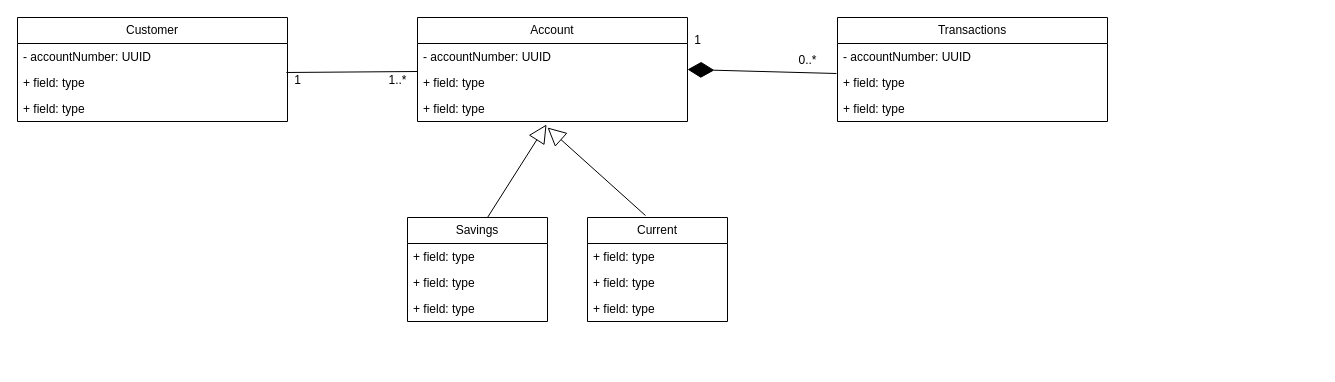
prakashbtech87/aaaaaaaaaaaPrakashDrawIORepo keeps this draw.io diagram as page "FinanceBank" (8 of 8) of UML Diagram/Practice.drawio. Above is the earlier version. Source tidied: cells renumbered, new cells numbered last; positions are measured from the earlier drawing's top-left corner, leaving out a move shared by most shapes. Both pictures are drawn from the tidied source at 100%, with x=0, y=0 at pixel (17, 17).
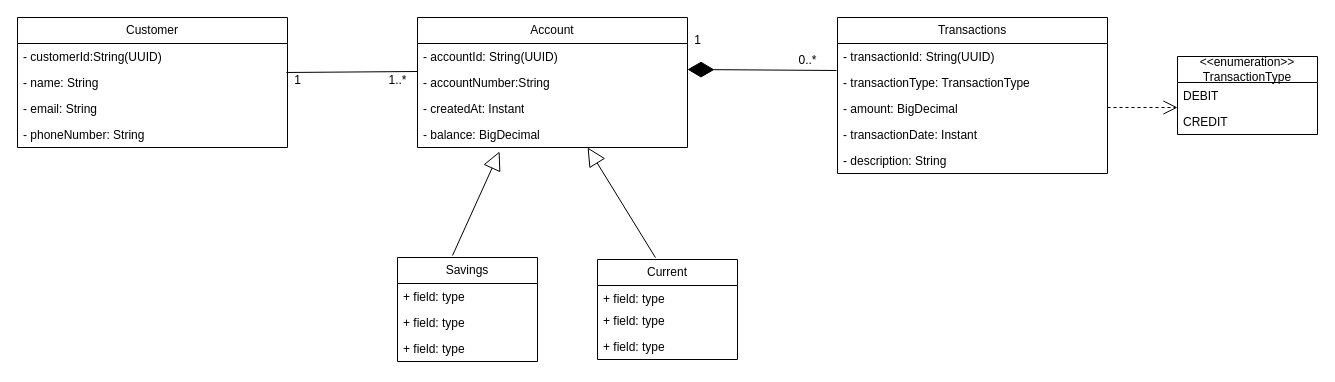
The same diagram, later.

What changed in the source:
```diff
@@
     <mxCell id="2" value="Account" style="swimlane;fontStyle=0;horizontal=1;startSize=26;fillColor=none;whiteSpace=wrap;html=1;" parent="1" vertex="1">
-      <mxGeometry x="400" width="270" height="104" as="geometry" />
+      <mxGeometry x="400" width="270" height="130" as="geometry" />
     </mxCell>
-    <mxCell id="3" value="- accountNumber: UUID&lt;div&gt;&lt;br&gt;&lt;/div&gt;" style="text;strokeColor=none;fillColor=none;align=left;verticalAlign=top;spacingLeft=4;spacingRight=4;overflow=hidden;points=[[0,0.5],[1,0.5]];portConstraint=eastwest;whiteSpace=wrap;html=1;" parent="2" vertex="1">
+    <mxCell id="3" value="&lt;div&gt;- accountId: String(UUID)&lt;/div&gt;" style="text;strokeColor=none;fillColor=none;align=left;verticalAlign=top;spacingLeft=4;spacingRight=4;overflow=hidden;points=[[0,0.5],[1,0.5]];portConstraint=eastwest;whiteSpace=wrap;html=1;" parent="2" vertex="1">
       <mxGeometry y="26" width="270" height="26" as="geometry" />
     </mxCell>
-    <mxCell id="4" value="+ field: type" style="text;strokeColor=none;fillColor=none;align=left;verticalAlign=top;spacingLeft=4;spacingRight=4;overflow=hidden;whiteSpace=wrap;html=1;" parent="2" vertex="1">
+    <mxCell id="4" value="- accountNumber:String" style="text;strokeColor=none;fillColor=none;align=left;verticalAlign=top;spacingLeft=4;spacingRight=4;overflow=hidden;whiteSpace=wrap;html=1;" parent="2" vertex="1">
       <mxGeometry y="52" width="270" height="26" as="geometry" />
     </mxCell>
+    <mxCell id="30" value="- createdAt: Instant" style="text;strokeColor=none;fillColor=none;align=left;verticalAlign=top;spacingLeft=4;spacingRight=4;overflow=hidden;whiteSpace=wrap;html=1;" parent="2" vertex="1">
+      <mxGeometry y="78" width="270" height="26" as="geometry" />
+    </mxCell>
-    <mxCell id="5" value="+ field: type" style="text;strokeColor=none;fillColor=none;align=left;verticalAlign=top;spacingLeft=4;spacingRight=4;overflow=hidden;points=[[0,0.5],[1,0.5]];portConstraint=eastwest;whiteSpace=wrap;html=1;" parent="2" vertex="1">
-      <mxGeometry y="78" width="270" height="26" as="geometry" />
+    <mxCell id="5" value="- balance: BigDecimal" style="text;strokeColor=none;fillColor=none;align=left;verticalAlign=top;spacingLeft=4;spacingRight=4;overflow=hidden;points=[[0,0.5],[1,0.5]];portConstraint=eastwest;whiteSpace=wrap;html=1;" parent="2" vertex="1">
+      <mxGeometry y="104" width="270" height="26" as="geometry" />
     </mxCell>
     <mxCell id="6" value="Customer" style="swimlane;fontStyle=0;horizontal=1;startSize=26;fillColor=none;whiteSpace=wrap;html=1;" parent="1" vertex="1">
-      <mxGeometry width="270" height="104" as="geometry" />
+      <mxGeometry width="270" height="130" as="geometry" />
     </mxCell>
-    <mxCell id="7" value="- accountNumber: UUID&lt;div&gt;&lt;br&gt;&lt;/div&gt;" style="text;strokeColor=none;fillColor=none;align=left;verticalAlign=top;spacingLeft=4;spacingRight=4;overflow=hidden;whiteSpace=wrap;html=1;" parent="6" vertex="1">
+    <mxCell id="7" value="&lt;div&gt;- customerId:String(UUID)&lt;/div&gt;" style="text;strokeColor=none;fillColor=none;align=left;verticalAlign=top;spacingLeft=4;spacingRight=4;overflow=hidden;whiteSpace=wrap;html=1;" parent="6" vertex="1">
       <mxGeometry y="26" width="270" height="26" as="geometry" />
     </mxCell>
-    <mxCell id="8" value="+ field: type" style="text;strokeColor=none;fillColor=none;align=left;verticalAlign=top;spacingLeft=4;spacingRight=4;overflow=hidden;points=[[0,0.5],[1,0.5]];portConstraint=eastwest;whiteSpace=wrap;html=1;" parent="6" vertex="1">
+    <mxCell id="8" value="- name: String" style="text;strokeColor=none;fillColor=none;align=left;verticalAlign=top;spacingLeft=4;spacingRight=4;overflow=hidden;points=[[0,0.5],[1,0.5]];portConstraint=eastwest;whiteSpace=wrap;html=1;" parent="6" vertex="1">
       <mxGeometry y="52" width="270" height="26" as="geometry" />
     </mxCell>
-    <mxCell id="9" value="+ field: type" style="text;strokeColor=none;fillColor=none;align=left;verticalAlign=top;spacingLeft=4;spacingRight=4;overflow=hidden;whiteSpace=wrap;html=1;" parent="6" vertex="1">
+    <mxCell id="9" value="- email: String" style="text;strokeColor=none;fillColor=none;align=left;verticalAlign=top;spacingLeft=4;spacingRight=4;overflow=hidden;whiteSpace=wrap;html=1;" parent="6" vertex="1">
       <mxGeometry y="78" width="270" height="26" as="geometry" />
     </mxCell>
+    <mxCell id="31" value="- phoneNumber: String" style="text;strokeColor=none;fillColor=none;align=left;verticalAlign=top;spacingLeft=4;spacingRight=4;overflow=hidden;whiteSpace=wrap;html=1;" parent="6" vertex="1">
+      <mxGeometry y="104" width="270" height="26" as="geometry" />
+    </mxCell>
     <mxCell id="10" value="Transactions" style="swimlane;fontStyle=0;horizontal=1;startSize=26;fillColor=none;whiteSpace=wrap;html=1;" parent="1" vertex="1">
-      <mxGeometry x="820" width="270" height="104" as="geometry" />
+      <mxGeometry x="820" width="270" height="156" as="geometry" />
     </mxCell>
-    <mxCell id="11" value="- accountNumber: UUID&lt;div&gt;&lt;br&gt;&lt;/div&gt;" style="text;strokeColor=none;fillColor=none;align=left;verticalAlign=top;spacingLeft=4;spacingRight=4;overflow=hidden;whiteSpace=wrap;html=1;" parent="10" vertex="1">
+    <mxCell id="11" value="&lt;div&gt;- transactionId: String(UUID)&lt;/div&gt;" style="text;strokeColor=none;fillColor=none;align=left;verticalAlign=top;spacingLeft=4;spacingRight=4;overflow=hidden;whiteSpace=wrap;html=1;" parent="10" vertex="1">
       <mxGeometry y="26" width="270" height="26" as="geometry" />
     </mxCell>
+    <mxCell id="32" value="- transactionType: TransactionType" style="text;strokeColor=none;fillColor=none;align=left;verticalAlign=top;spacingLeft=4;spacingRight=4;overflow=hidden;points=[[0,0.5],[1,0.5]];portConstraint=eastwest;whiteSpace=wrap;html=1;" parent="10" vertex="1">
+      <mxGeometry y="52" width="270" height="26" as="geometry" />
+    </mxCell>
+    <mxCell id="33" value="- amount: BigDecimal" style="text;strokeColor=none;fillColor=none;align=left;verticalAlign=top;spacingLeft=4;spacingRight=4;overflow=hidden;whiteSpace=wrap;html=1;" parent="10" vertex="1">
+      <mxGeometry y="78" width="270" height="26" as="geometry" />
+    </mxCell>
-    <mxCell id="12" value="+ field: type" style="text;strokeColor=none;fillColor=none;align=left;verticalAlign=top;spacingLeft=4;spacingRight=4;overflow=hidden;points=[[0,0.5],[1,0.5]];portConstraint=eastwest;whiteSpace=wrap;html=1;" parent="10" vertex="1">
-      <mxGeometry y="52" width="270" height="26" as="geometry" />
+    <mxCell id="12" value="- transactionDate: Instant" style="text;strokeColor=none;fillColor=none;align=left;verticalAlign=top;spacingLeft=4;spacingRight=4;overflow=hidden;points=[[0,0.5],[1,0.5]];portConstraint=eastwest;whiteSpace=wrap;html=1;" parent="10" vertex="1">
+      <mxGeometry y="104" width="270" height="26" as="geometry" />
     </mxCell>
-    <mxCell id="13" value="+ field: type" style="text;strokeColor=none;fillColor=none;align=left;verticalAlign=top;spacingLeft=4;spacingRight=4;overflow=hidden;whiteSpace=wrap;html=1;" parent="10" vertex="1">
-      <mxGeometry y="78" width="270" height="26" as="geometry" />
+    <mxCell id="13" value="- description: String" style="text;strokeColor=none;fillColor=none;align=left;verticalAlign=top;spacingLeft=4;spacingRight=4;overflow=hidden;whiteSpace=wrap;html=1;" parent="10" vertex="1">
+      <mxGeometry y="130" width="270" height="26" as="geometry" />
     </mxCell>
     <mxCell id="14" value="Savings" style="swimlane;fontStyle=0;horizontal=1;startSize=26;fillColor=none;whiteSpace=wrap;html=1;" parent="1" vertex="1">
-      <mxGeometry x="390" y="200" width="140" height="104" as="geometry" />
+      <mxGeometry x="380" y="240" width="140" height="104" as="geometry" />
     </mxCell>
@@
     <mxCell id="18" value="Current" style="swimlane;fontStyle=0;horizontal=1;startSize=26;fillColor=none;whiteSpace=wrap;html=1;" parent="1" vertex="1">
-      <mxGeometry x="570" y="200" width="140" height="104" as="geometry" />
+      <mxGeometry x="580" y="242" width="140" height="100" as="geometry" />
     </mxCell>
     <mxCell id="19" value="+ field: type" style="text;strokeColor=none;fillColor=none;align=left;verticalAlign=top;spacingLeft=4;spacingRight=4;overflow=hidden;whiteSpace=wrap;html=1;" parent="18" vertex="1">
-      <mxGeometry y="26" width="140" height="26" as="geometry" />
+      <mxGeometry y="26" width="140" height="22" as="geometry" />
     </mxCell>
     <mxCell id="20" value="+ field: type" style="text;strokeColor=none;fillColor=none;align=left;verticalAlign=top;spacingLeft=4;spacingRight=4;overflow=hidden;whiteSpace=wrap;html=1;" parent="18" vertex="1">
-      <mxGeometry y="52" width="140" height="26" as="geometry" />
+      <mxGeometry y="48" width="140" height="26" as="geometry" />
     </mxCell>
     <mxCell id="21" value="+ field: type" style="text;strokeColor=none;fillColor=none;align=left;verticalAlign=top;spacingLeft=4;spacingRight=4;overflow=hidden;whiteSpace=wrap;html=1;" parent="18" vertex="1">
-      <mxGeometry y="78" width="140" height="26" as="geometry" />
+      <mxGeometry y="74" width="140" height="26" as="geometry" />
     </mxCell>
-    <mxCell id="22" style="endArrow=block;endSize=16;endFill=0;html=1;rounded=0;entryX=0.478;entryY=1.115;entryDx=0;entryDy=0;entryPerimeter=0;" parent="1" edge="1" target="5">
-      <mxGeometry relative="1" as="geometry">
-        <mxPoint x="470" y="200" as="sourcePoint" />
-      </mxGeometry>
-    </mxCell>
-    <mxCell id="23" style="endArrow=block;endSize=16;endFill=0;html=1;rounded=0;exitX=0.414;exitY=-0.019;exitDx=0;exitDy=0;exitPerimeter=0;" parent="1" edge="1" source="18">
-      <mxGeometry relative="1" as="geometry">
-        <mxPoint x="530" y="110" as="targetPoint" />
-      </mxGeometry>
+    <mxCell id="23" style="endArrow=block;endSize=16;endFill=0;html=1;rounded=0;exitX=0.414;exitY=-0.019;exitDx=0;exitDy=0;exitPerimeter=0;entryX=0.63;entryY=1;entryDx=0;entryDy=0;entryPerimeter=0;" parent="1" edge="1" source="18" target="5">
+      <mxGeometry relative="1" as="geometry" />
     </mxCell>
-    <mxCell id="24" style="endArrow=diamondThin;endFill=1;endSize=24;html=1;rounded=0;exitX=-0.004;exitY=0.154;exitDx=0;exitDy=0;exitPerimeter=0;entryX=1;entryY=1;entryDx=0;entryDy=0;entryPerimeter=0;" parent="1" edge="1" source="12" target="3">
+    <mxCell id="24" style="endArrow=diamondThin;endFill=1;endSize=24;html=1;rounded=0;exitX=-0.004;exitY=0.038;exitDx=0;exitDy=0;exitPerimeter=0;entryX=1;entryY=1;entryDx=0;entryDy=0;entryPerimeter=0;" parent="1" edge="1" source="32" target="3">
       <mxGeometry relative="1" as="geometry" />
     </mxCell>
@@
+    <mxCell id="34" style="endArrow=block;endSize=16;endFill=0;html=1;rounded=0;exitX=0.393;exitY=-0.019;exitDx=0;exitDy=0;exitPerimeter=0;entryX=0.304;entryY=1.154;entryDx=0;entryDy=0;entryPerimeter=0;" parent="1" edge="1" source="14" target="5">
+      <mxGeometry relative="1" as="geometry" />
+    </mxCell>
+    <mxCell id="35" value="&amp;lt;&amp;lt;enumeration&amp;gt;&amp;gt;&lt;br&gt;TransactionType" style="swimlane;fontStyle=0;horizontal=1;startSize=26;fillColor=none;whiteSpace=wrap;html=1;" parent="1" vertex="1">
+      <mxGeometry x="1160" y="39" width="140" height="78" as="geometry" />
+    </mxCell>
+    <mxCell id="36" value="DEBIT" style="text;strokeColor=none;fillColor=none;align=left;verticalAlign=top;spacingLeft=4;spacingRight=4;overflow=hidden;whiteSpace=wrap;html=1;" parent="35" vertex="1">
+      <mxGeometry y="26" width="140" height="26" as="geometry" />
+    </mxCell>
+    <mxCell id="37" value="CREDIT" style="text;strokeColor=none;fillColor=none;align=left;verticalAlign=top;spacingLeft=4;spacingRight=4;overflow=hidden;whiteSpace=wrap;html=1;" parent="35" vertex="1">
+      <mxGeometry y="52" width="140" height="26" as="geometry" />
+    </mxCell>
+    <mxCell id="38" style="endArrow=open;endSize=12;dashed=1;html=1;rounded=0;" parent="1" edge="1">
+      <mxGeometry relative="1" as="geometry">
+        <mxPoint x="1090" y="90" as="sourcePoint" />
+        <mxPoint x="1160" y="90" as="targetPoint" />
+      </mxGeometry>
+    </mxCell>
```
